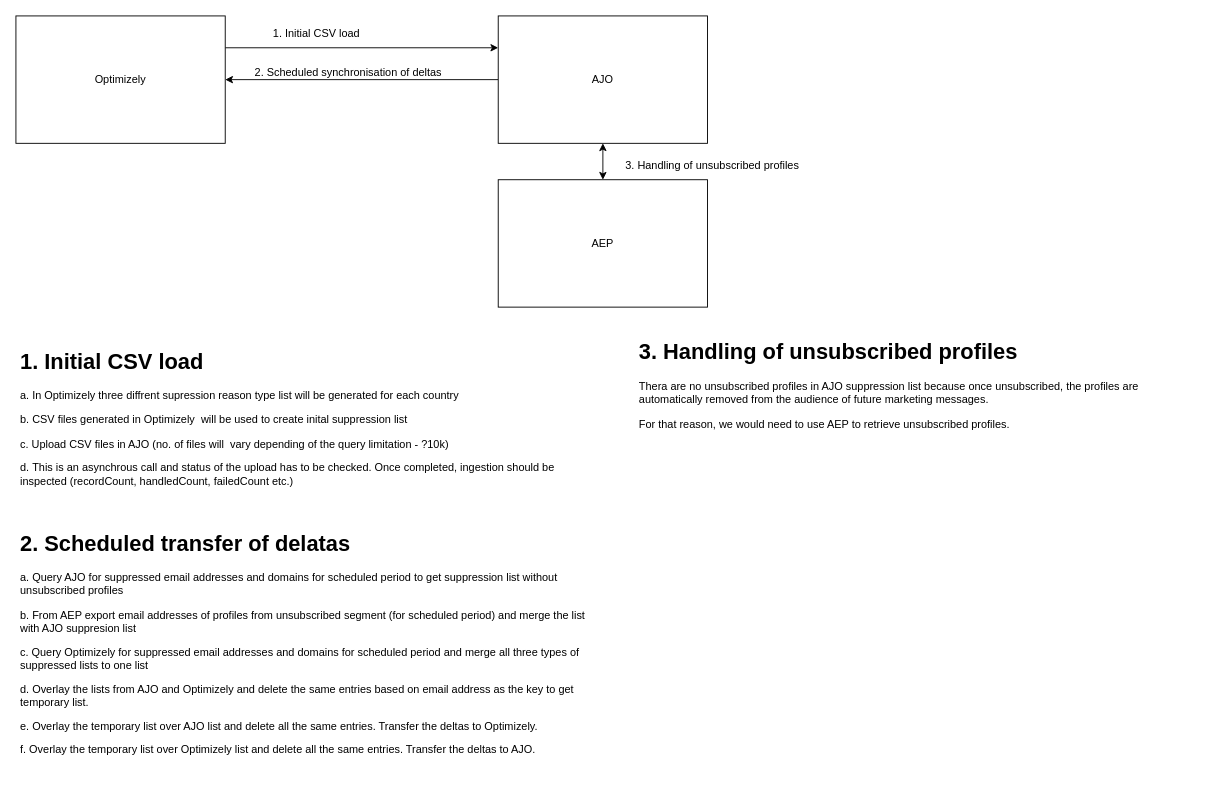
Before: Suppression_List.drawio in vhunjek/hello_world, a draw.io diagram. Source tidied: cells renumbered, new cells numbered last; positions are measured from the earlier drawing's top-left corner, leaving out a move shared by most shapes. Both pictures are drawn from the tidied source at 91%, with x=0, y=0 at pixel (15, 15).
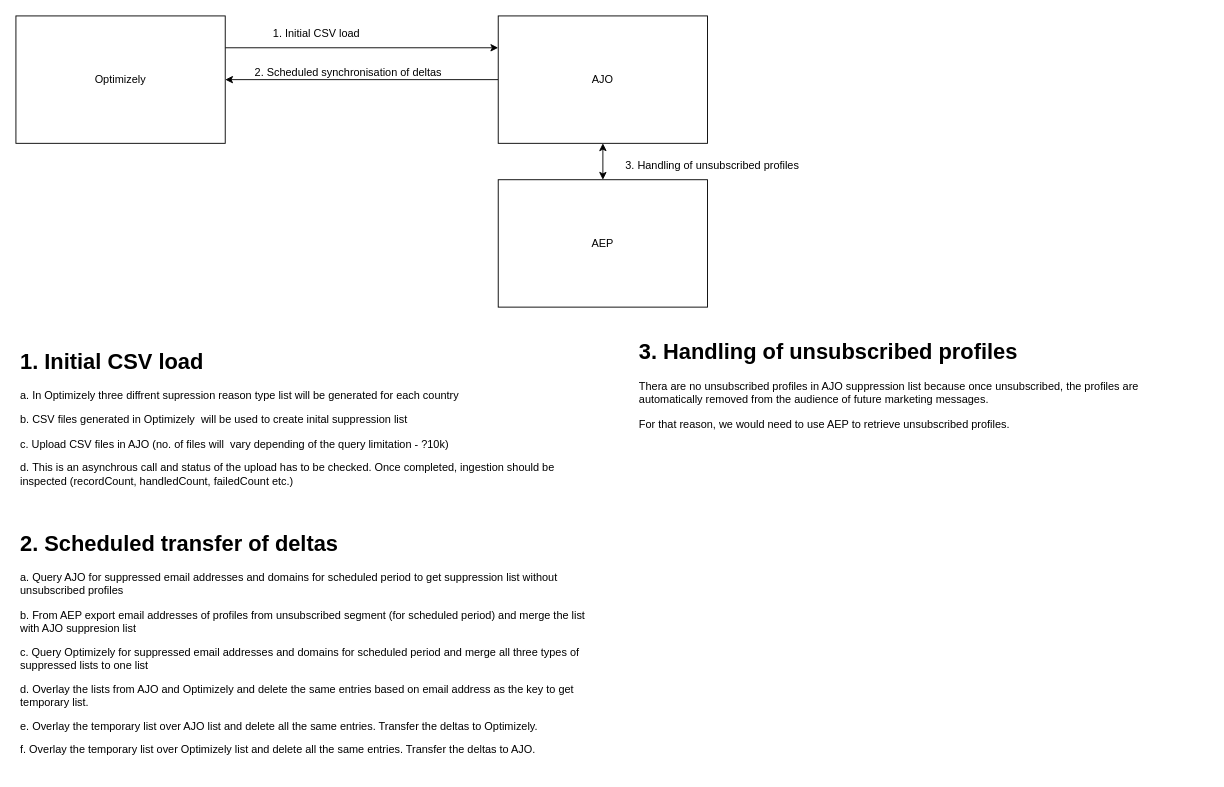
Above is the later version.

Change to the diagram source:
```diff
@@
 <mxGraphModel>
   <root>
     <mxCell id="0" />
     <mxCell id="1" parent="0" />
     <mxCell id="2" style="edgeStyle=orthogonalEdgeStyle;rounded=0;jettySize=auto;html=1;exitX=0;exitY=0.5;exitDx=0;exitDy=0;entryX=1;entryY=0.5;entryDx=0;entryDy=0;" parent="1" edge="1" source="4" target="6">
       <mxGeometry relative="1" as="geometry" />
     </mxCell>
     <mxCell id="3" style="edgeStyle=orthogonalEdgeStyle;rounded=0;jettySize=auto;html=1;exitX=0.5;exitY=1;exitDx=0;exitDy=0;entryX=0.5;entryY=0;entryDx=0;entryDy=0;endArrow=classic;endFill=1;startArrow=classic;startFill=1;" parent="1" edge="1" source="4" target="8">
       <mxGeometry relative="1" as="geometry" />
     </mxCell>
     <mxCell id="4" value="AJO" style="rounded=0;whiteSpace=wrap;html=1;" parent="1" vertex="1">
       <mxGeometry x="530" width="230" height="140" as="geometry" />
     </mxCell>
     <mxCell id="5" style="edgeStyle=orthogonalEdgeStyle;rounded=0;jettySize=auto;html=1;exitX=1;exitY=0.25;exitDx=0;exitDy=0;entryX=0;entryY=0.25;entryDx=0;entryDy=0;" parent="1" edge="1" source="6" target="4">
       <mxGeometry relative="1" as="geometry" />
     </mxCell>
     <mxCell id="6" value="Optimizely" style="rounded=0;whiteSpace=wrap;html=1;" parent="1" vertex="1">
       <mxGeometry width="230" height="140" as="geometry" />
     </mxCell>
     <mxCell id="7" value="1. Initial CSV load" style="text;html=1;align=center;verticalAlign=middle;strokeColor=none;fillColor=none;" parent="1" vertex="1">
       <mxGeometry x="270" y="5" width="120" height="30" as="geometry" />
     </mxCell>
     <mxCell id="8" value="AEP" style="rounded=0;whiteSpace=wrap;html=1;" parent="1" vertex="1">
       <mxGeometry x="530" y="180" width="230" height="140" as="geometry" />
     </mxCell>
     <mxCell id="9" value="2. Scheduled synchronisation of deltas" style="text;html=1;align=center;verticalAlign=middle;strokeColor=none;fillColor=none;" parent="1" vertex="1">
       <mxGeometry x="250" y="47" width="230" height="30" as="geometry" />
     </mxCell>
     <mxCell id="10" value="3. Handling of unsubscribed profiles" style="text;html=1;align=center;verticalAlign=middle;strokeColor=none;fillColor=none;" parent="1" vertex="1">
       <mxGeometry x="660" y="150" width="210" height="30" as="geometry" />
     </mxCell>
     <mxCell id="11" value="&lt;h1&gt;1. Initial CSV load&lt;/h1&gt;&lt;p&gt;a. In Optimizely three diffrent supression reason type list will be generated for each country&lt;br&gt;&lt;/p&gt;&lt;p&gt;b. CSV files generated in Optimizely&amp;nbsp; will be used to create inital suppression list&lt;/p&gt;&lt;p&gt;c. Upload CSV files in AJO (no. of files will&amp;nbsp; vary depending of the query limitation - ?10k)&lt;/p&gt;&lt;p&gt;d.&amp;nbsp;&lt;span style=&quot;background-color: initial;&quot;&gt;This is an asynchrous call and status of the upload has to be checked&lt;/span&gt;&lt;span style=&quot;background-color: initial;&quot;&gt;. Once completed, ingestion should be inspected (recordCount, handledCount, failedCount etc.)&lt;/span&gt;&lt;/p&gt;" style="text;html=1;strokeColor=none;fillColor=none;spacing=5;spacingTop=-20;whiteSpace=wrap;overflow=hidden;rounded=0;" parent="1" vertex="1">
       <mxGeometry y="360" width="630" height="170" as="geometry" />
     </mxCell>
-    <mxCell id="12" value="&lt;h1&gt;2. Scheduled transfer of delatas&lt;/h1&gt;&lt;p&gt;a. Query AJO for suppressed email addresses and domains for scheduled period to get suppression list without unsubscribed profiles&lt;/p&gt;&lt;p&gt;b. From AEP export email addresses of profiles from&amp;nbsp;&lt;span style=&quot;background-color: initial;&quot;&gt;unsubscribed segment (for scheduled period) and merge the list with AJO suppresion list&lt;/span&gt;&lt;/p&gt;c. Query Optimizely for suppressed email addresses and domains for scheduled period and merge all three types of suppressed lists to one list&lt;p&gt;d. Overlay the lists from AJO and Optimizely and delete the same entries based on email address as the key to get temporary list.&lt;br&gt;&lt;/p&gt;&lt;p&gt;e. Overlay the temporary list over AJO list and delete all the same entries. Transfer the deltas to Optimizely.&lt;br&gt;&lt;/p&gt;&lt;p&gt;f. Overlay the temporary list over Optimizely&amp;nbsp;list and delete all the same entries. Transfer the deltas to AJO.&lt;br&gt;&lt;/p&gt;" style="text;html=1;strokeColor=none;fillColor=none;spacing=5;spacingTop=-20;whiteSpace=wrap;overflow=hidden;rounded=0;" parent="1" vertex="1">
+    <mxCell id="12" value="&lt;h1&gt;2. Scheduled transfer of deltas&lt;/h1&gt;&lt;p&gt;a. Query AJO for suppressed email addresses and domains for scheduled period to get suppression list without unsubscribed profiles&lt;/p&gt;&lt;p&gt;b. From AEP export email addresses of profiles from&amp;nbsp;&lt;span style=&quot;background-color: initial;&quot;&gt;unsubscribed segment (for scheduled period) and merge the list with AJO suppresion list&lt;/span&gt;&lt;/p&gt;c. Query Optimizely for suppressed email addresses and domains for scheduled period and merge all three types of suppressed lists to one list&lt;p&gt;d. Overlay the lists from AJO and Optimizely and delete the same entries based on email address as the key to get temporary list.&lt;br&gt;&lt;/p&gt;&lt;p&gt;e. Overlay the temporary list over AJO list and delete all the same entries. Transfer the deltas to Optimizely.&lt;br&gt;&lt;/p&gt;&lt;p&gt;f. Overlay the temporary list over Optimizely&amp;nbsp;list and delete all the same entries. Transfer the deltas to AJO.&lt;br&gt;&lt;/p&gt;" style="text;html=1;strokeColor=none;fillColor=none;spacing=5;spacingTop=-20;whiteSpace=wrap;overflow=hidden;rounded=0;" parent="1" vertex="1">
       <mxGeometry y="560" width="630" height="270" as="geometry" />
     </mxCell>
     <mxCell id="13" value="&lt;h1&gt;3. Handling of unsubscribed profiles&lt;/h1&gt;&lt;p&gt;Thera are no unsubscribed profiles in AJO suppression list because once unsubscribed, the profiles are automatically removed from the audience of future marketing messages.&lt;br&gt;&lt;/p&gt;&lt;p&gt;For that reason, we would need to use AEP to retrieve unsubscribed profiles.&lt;/p&gt;" style="text;html=1;strokeColor=none;fillColor=none;spacing=5;spacingTop=-20;whiteSpace=wrap;overflow=hidden;rounded=0;" parent="1" vertex="1">
       <mxGeometry x="680" y="350" width="630" height="170" as="geometry" />
     </mxCell>
   </root>
 </mxGraphModel>
```
